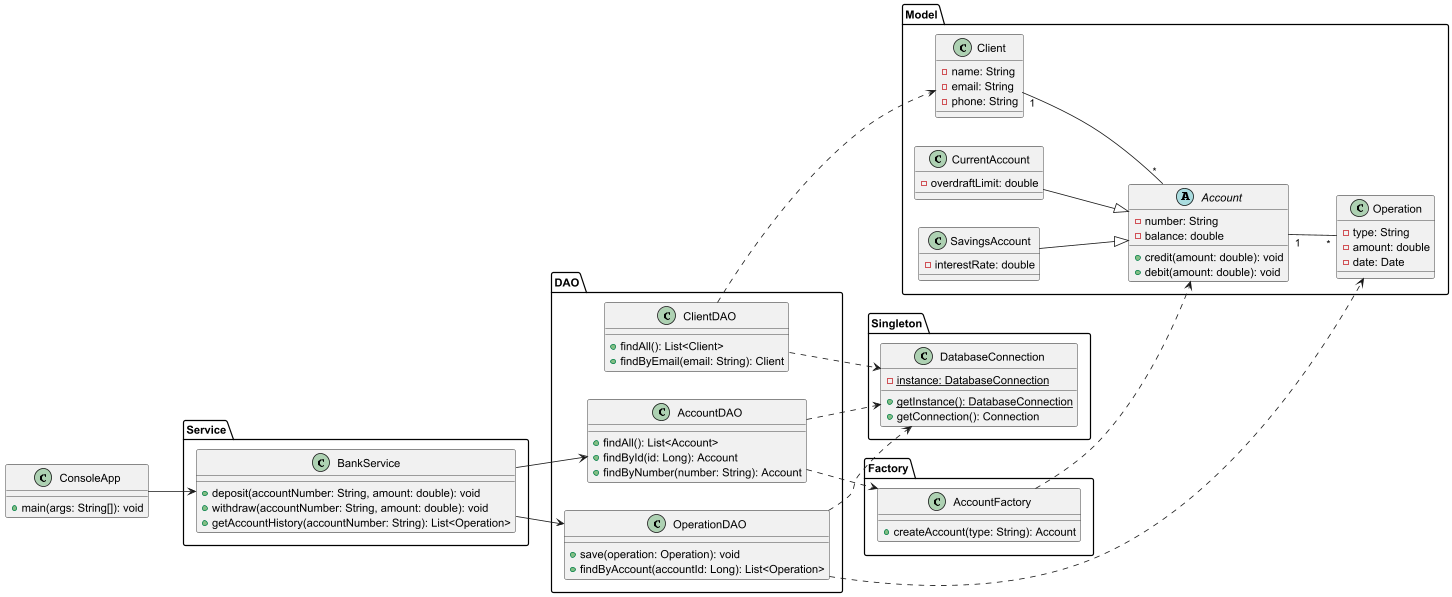
This is docs/Class/ClassDiagram.png from john7440/Tp-Bank-Design-Pattern, a PlantUML export, as it was before one commit. Its diagram source:
```plantuml
@startuml

left to right direction

package "Model" {
    class Client {
        - name: String
        - email: String
        - phone: String
    }

    abstract class Account {
        - number: String
        - balance: double
        + credit(amount: double): void
        + debit(amount: double): void
    }

    class CurrentAccount{
        - overdraftLimit: double
    }
    class SavingsAccount{
        - interestRate: double
    }

    class Operation {
        - type: String
        - amount: double
        - date: Date
    }

    Client "1" -- "*" Account
    Account "1" -- "*" Operation
    CurrentAccount --|> Account
    SavingsAccount --|> Account
}
package Singleton{
    class DatabaseConnection {
        - {static} instance: DatabaseConnection
        + {static} getInstance(): DatabaseConnection
        + getConnection(): Connection
    }
}

package Factory{
    class AccountFactory {
        + createAccount(type: String): Account
    }
}
package DAO {
    class ClientDAO {
        + findAll(): List<Client>
        + findByEmail(email: String): Client
    }

    class AccountDAO {
        + findAll(): List<Account>
        + findById(id: Long): Account
        + findByNumber(number: String): Account
    }

    class OperationDAO {
        + save(operation: Operation): void
        + findByAccount(accountId: Long): List<Operation>
    }
}

package Service {
    class BankService {
        + deposit(accountNumber: String, amount: double): void
        + withdraw(accountNumber: String, amount: double): void
        + getAccountHistory(accountNumber: String): List<Operation>
    }
}

class ConsoleApp {
    + main(args: String[]): void
}

AccountFactory ..> Account
ClientDAO ..> DatabaseConnection
ClientDAO ..> Client
AccountDAO ..> DatabaseConnection
AccountDAO ..> AccountFactory
OperationDAO ..> DatabaseConnection
OperationDAO ..> Operation
BankService --> AccountDAO
BankService --> OperationDAO
ConsoleApp --> BankService

@enduml
```
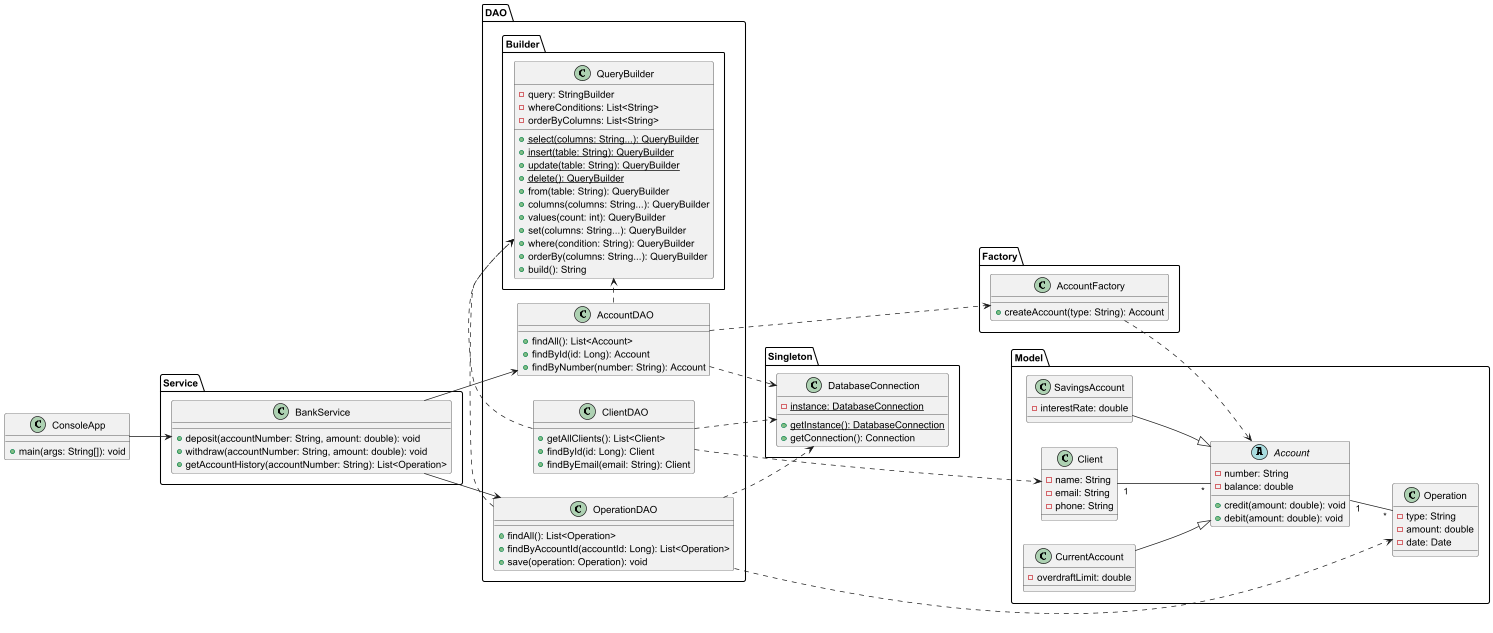
Above is the later version.

Commit message:
mise a jour du diagramme de classe avec ajout du querybuilder

Diff of the diagram source:
```diff
@@ -34,6 +34,27 @@
     CurrentAccount --|> Account
     SavingsAccount --|> Account
 }
+
+package DAO {
+    class ClientDAO {
+        + getAllClients(): List<Client>
+        + findById(id: Long): Client
+        + findByEmail(email: String): Client
+    }
+
+    class OperationDAO {
+        + findAll(): List<Operation>
+        + findByAccountId(accountId: Long): List<Operation>
+        + save(operation: Operation): void
+    }
+
+    class AccountDAO {
+            + findAll(): List<Account>
+            + findById(id: Long): Account
+            + findByNumber(number: String): Account
+        }
+}
+
 package Singleton{
     class DatabaseConnection {
         - {static} instance: DatabaseConnection
@@ -47,23 +68,26 @@
         + createAccount(type: String): Account
     }
 }
-package DAO {
-    class ClientDAO {
-        + findAll(): List<Client>
-        + findByEmail(email: String): Client
-    }
 
-    class AccountDAO {
-        + findAll(): List<Account>
-        + findById(id: Long): Account
-        + findByNumber(number: String): Account
-    }
-
-    class OperationDAO {
-        + save(operation: Operation): void
-        + findByAccount(accountId: Long): List<Operation>
+package DAO.Builder{
+    class QueryBuilder{
+    - query: StringBuilder
+    - whereConditions: List<String>
+    - orderByColumns: List<String>
+    + {static} select(columns: String...): QueryBuilder
+    + {static} insert(table: String): QueryBuilder
+    + {static} update(table: String): QueryBuilder
+    + {static} delete(): QueryBuilder
+    + from(table: String): QueryBuilder
+    + columns(columns: String...): QueryBuilder
+    + values(count: int): QueryBuilder
+    + set(columns: String...): QueryBuilder
+    + where(condition: String): QueryBuilder
+    + orderBy(columns: String...): QueryBuilder
+    + build(): String
     }
 }
+
 
 package Service {
     class BankService {
@@ -80,10 +104,13 @@
 AccountFactory ..> Account
 ClientDAO ..> DatabaseConnection
 ClientDAO ..> Client
-AccountDAO ..> DatabaseConnection
-AccountDAO ..> AccountFactory
+ClientDAO .> QueryBuilder
+OperationDAO .> QueryBuilder
 OperationDAO ..> DatabaseConnection
 OperationDAO ..> Operation
+AccountDAO ..> DatabaseConnection
+AccountDAO ...> AccountFactory
+AccountDAO .> QueryBuilder
 BankService --> AccountDAO
 BankService --> OperationDAO
 ConsoleApp --> BankService
```
